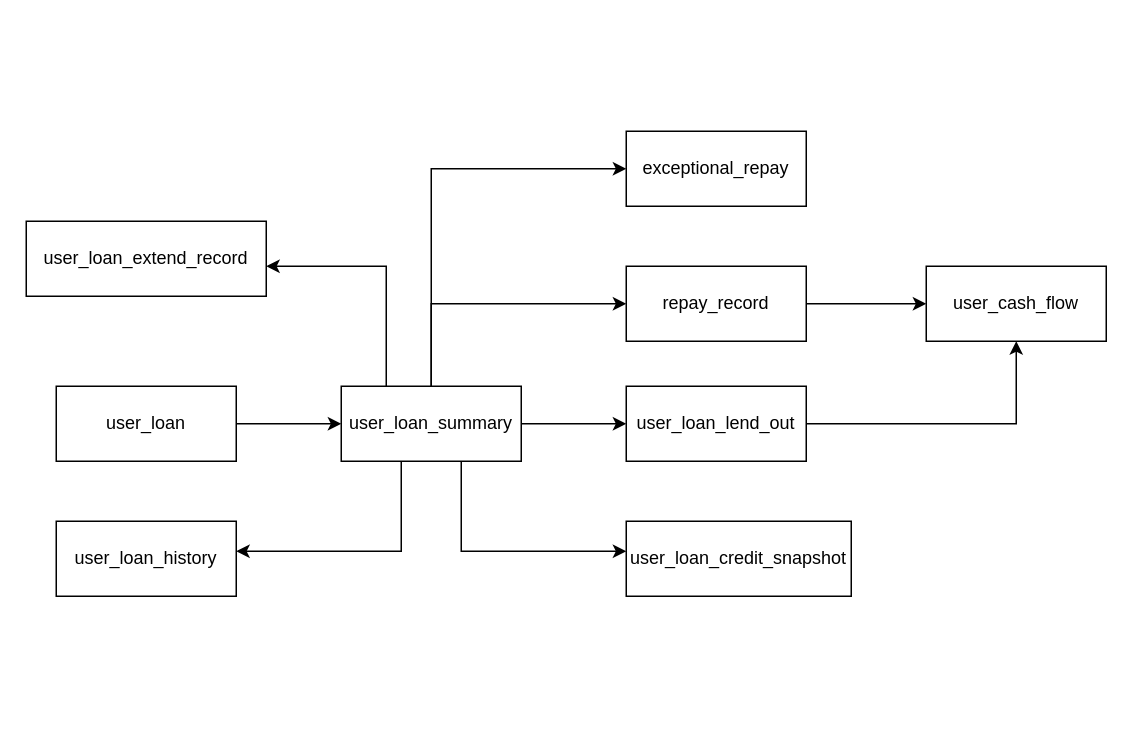
This is 借据表关系.drawio from DongRuihua/draw, a draw.io file, before an edit. Source tidied: cells renumbered, new cells numbered last; positions are measured from the earlier drawing's top-left corner, leaving out a move shared by most shapes. Both pictures are drawn from the tidied source at 150%, with x=0, y=0 at pixel (26, 130).
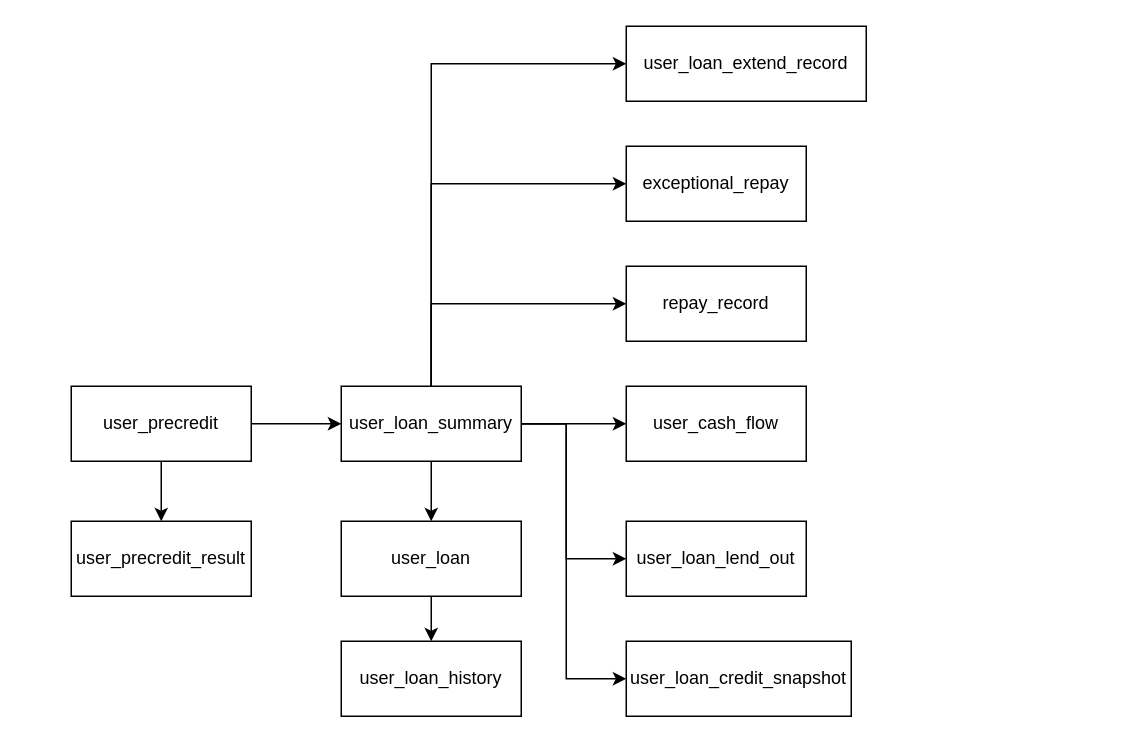
The same diagram, later.

Commit message:
更新借据表关系.drawio

The change refers to these unchanged cells:
```xml
<mxCell id="10" value="user_loan_summary" style="rounded=0;whiteSpace=wrap;html=1;" parent="1" vertex="1">
  <mxGeometry x="210" y="170" width="120" height="50" as="geometry" />
</mxCell>
<mxCell id="16" value="repay_record" style="rounded=0;whiteSpace=wrap;html=1;" parent="1" vertex="1">
  <mxGeometry x="400" y="90" width="120" height="50" as="geometry" />
</mxCell>
```

What changed in the source:
```diff
@@
-    <mxCell id="2" style="edgeStyle=orthogonalEdgeStyle;rounded=0;jettySize=auto;html=1;" parent="1" edge="1" source="3" target="10">
-      <mxGeometry relative="1" as="geometry" />
-    </mxCell>
+    <mxCell id="20" style="edgeStyle=orthogonalEdgeStyle;rounded=0;jettySize=auto;html=1;" parent="1" edge="1" source="3" target="11">
+      <mxGeometry relative="1" as="geometry" />
+    </mxCell>
     <mxCell id="3" value="user_loan" style="rounded=0;whiteSpace=wrap;html=1;" parent="1" vertex="1">
-      <mxGeometry x="20" y="170" width="120" height="50" as="geometry" />
+      <mxGeometry x="210" y="260" width="120" height="50" as="geometry" />
     </mxCell>
-    <mxCell id="4" style="edgeStyle=orthogonalEdgeStyle;rounded=0;jettySize=auto;html=1;" parent="1" edge="1" source="10" target="11">
-      <mxGeometry relative="1" as="geometry">
-        <Array as="points">
-          <mxPoint x="250" y="280" />
-        </Array>
-      </mxGeometry>
-    </mxCell>
-    <mxCell id="5" style="edgeStyle=orthogonalEdgeStyle;rounded=0;jettySize=auto;html=1;" parent="1" edge="1" source="10" target="12">
+    <mxCell id="5" style="edgeStyle=orthogonalEdgeStyle;rounded=0;jettySize=auto;html=1;entryX=0;entryY=0.5;entryDx=0;entryDy=0;" parent="1" edge="1" source="10" target="12">
       <mxGeometry relative="1" as="geometry">
         <Array as="points">
-          <mxPoint x="290" y="280" />
+          <mxPoint x="360" y="195" />
+          <mxPoint x="360" y="365" />
         </Array>
       </mxGeometry>
     </mxCell>
-    <mxCell id="6" style="edgeStyle=orthogonalEdgeStyle;rounded=0;jettySize=auto;html=1;" parent="1" edge="1" source="10" target="14">
+    <mxCell id="6" style="edgeStyle=orthogonalEdgeStyle;rounded=0;jettySize=auto;html=1;entryX=0;entryY=0.5;entryDx=0;entryDy=0;" parent="1" edge="1" source="10" target="14">
       <mxGeometry relative="1" as="geometry">
         <Array as="points">
-          <mxPoint x="370" y="195" />
-          <mxPoint x="370" y="195" />
+          <mxPoint x="360" y="195" />
+          <mxPoint x="360" y="285" />
         </Array>
       </mxGeometry>
     </mxCell>
@@
     <mxCell id="8" style="edgeStyle=orthogonalEdgeStyle;rounded=0;jettySize=auto;html=1;" parent="1" edge="1" source="10" target="18">
       <mxGeometry relative="1" as="geometry">
         <Array as="points">
-          <mxPoint x="270" y="25" />
+          <mxPoint x="270" y="35" />
         </Array>
       </mxGeometry>
     </mxCell>
-    <mxCell id="9" style="edgeStyle=orthogonalEdgeStyle;rounded=0;jettySize=auto;html=1;" parent="1" edge="1" source="10" target="19">
+    <mxCell id="9" style="edgeStyle=orthogonalEdgeStyle;rounded=0;jettySize=auto;html=1;entryX=0;entryY=0.5;entryDx=0;entryDy=0;" parent="1" edge="1" target="19">
       <mxGeometry relative="1" as="geometry">
+        <mxPoint x="270" y="170" as="sourcePoint" />
         <Array as="points">
-          <mxPoint x="240" y="90" />
+          <mxPoint x="270" y="170" />
+          <mxPoint x="270" y="-45" />
         </Array>
       </mxGeometry>
     </mxCell>
+    <mxCell id="21" style="edgeStyle=orthogonalEdgeStyle;rounded=0;jettySize=auto;html=1;" parent="1" edge="1" source="10" target="3">
+      <mxGeometry relative="1" as="geometry" />
+    </mxCell>
+    <mxCell id="22" style="edgeStyle=orthogonalEdgeStyle;rounded=0;jettySize=auto;html=1;exitX=1;exitY=0.5;exitDx=0;exitDy=0;entryX=0;entryY=0.5;entryDx=0;entryDy=0;" parent="1" edge="1" source="10" target="17">
+      <mxGeometry relative="1" as="geometry" />
+    </mxCell>
@@
     <mxCell id="11" value="user_loan_history" style="rounded=0;whiteSpace=wrap;html=1;" parent="1" vertex="1">
-      <mxGeometry x="20" y="260" width="120" height="50" as="geometry" />
+      <mxGeometry x="210" y="340" width="120" height="50" as="geometry" />
     </mxCell>
     <mxCell id="12" value="user_loan_credit_snapshot" style="rounded=0;whiteSpace=wrap;html=1;" parent="1" vertex="1">
-      <mxGeometry x="400" y="260" width="150" height="50" as="geometry" />
+      <mxGeometry x="400" y="340" width="150" height="50" as="geometry" />
     </mxCell>
-    <mxCell id="13" style="edgeStyle=orthogonalEdgeStyle;rounded=0;jettySize=auto;html=1;exitX=1;exitY=0.5;exitDx=0;exitDy=0;entryX=0.5;entryY=1;entryDx=0;entryDy=0;" parent="1" edge="1" source="14" target="17">
-      <mxGeometry relative="1" as="geometry" />
-    </mxCell>
     <mxCell id="14" value="user_loan_lend_out" style="rounded=0;whiteSpace=wrap;html=1;" parent="1" vertex="1">
-      <mxGeometry x="400" y="170" width="120" height="50" as="geometry" />
+      <mxGeometry x="400" y="260" width="120" height="50" as="geometry" />
     </mxCell>
-    <mxCell id="15" style="edgeStyle=orthogonalEdgeStyle;rounded=0;jettySize=auto;html=1;" parent="1" edge="1" source="16" target="17">
-      <mxGeometry relative="1" as="geometry" />
-    </mxCell>
@@
     <mxCell id="17" value="user_cash_flow" style="rounded=0;whiteSpace=wrap;html=1;" parent="1" vertex="1">
-      <mxGeometry x="600" y="90" width="120" height="50" as="geometry" />
+      <mxGeometry x="400" y="170" width="120" height="50" as="geometry" />
     </mxCell>
     <mxCell id="18" value="exceptional_repay" style="rounded=0;whiteSpace=wrap;html=1;" parent="1" vertex="1">
-      <mxGeometry x="400" width="120" height="50" as="geometry" />
+      <mxGeometry x="400" y="10" width="120" height="50" as="geometry" />
     </mxCell>
     <mxCell id="19" value="user_loan_extend_record" style="rounded=0;whiteSpace=wrap;html=1;" parent="1" vertex="1">
-      <mxGeometry y="60" width="160" height="50" as="geometry" />
+      <mxGeometry x="400" y="-70" width="160" height="50" as="geometry" />
     </mxCell>
+    <mxCell id="23" style="edgeStyle=orthogonalEdgeStyle;rounded=0;jettySize=auto;html=1;" parent="1" edge="1" source="25" target="26">
+      <mxGeometry relative="1" as="geometry" />
+    </mxCell>
+    <mxCell id="24" style="edgeStyle=orthogonalEdgeStyle;rounded=0;jettySize=auto;html=1;" parent="1" edge="1" source="25" target="10">
+      <mxGeometry relative="1" as="geometry" />
+    </mxCell>
+    <mxCell id="25" value="user_precredit" style="rounded=0;whiteSpace=wrap;html=1;" parent="1" vertex="1">
+      <mxGeometry x="30" y="170" width="120" height="50" as="geometry" />
+    </mxCell>
+    <mxCell id="26" value="user_precredit_result" style="rounded=0;whiteSpace=wrap;html=1;" parent="1" vertex="1">
+      <mxGeometry x="30" y="260" width="120" height="50" as="geometry" />
+    </mxCell>
```
